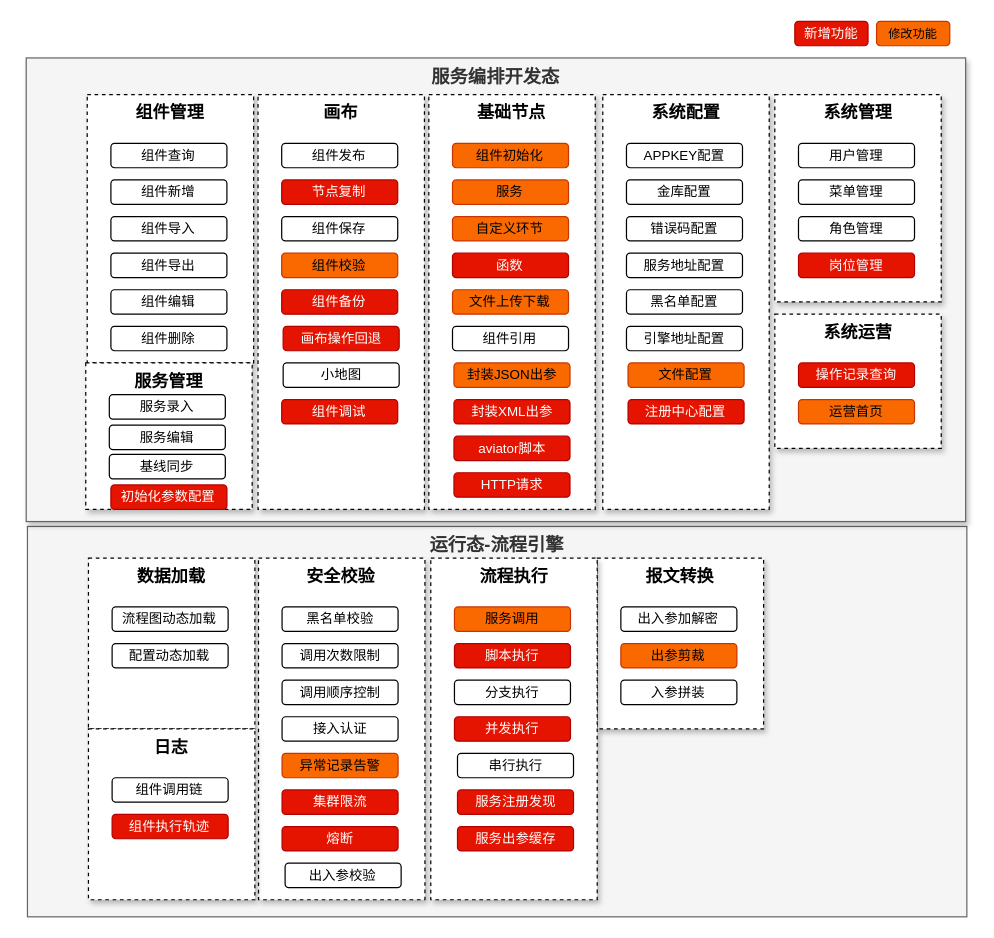
Above: 服务编排V2.drawio in qymmdj/draw-io (draw.io), before the change. Source tidied: cells renumbered, new cells numbered last; positions are measured from the earlier drawing's top-left corner, leaving out a move shared by most shapes. Both pictures are drawn from the tidied source at 122%, with x=0, y=0 at pixel (26, 21).
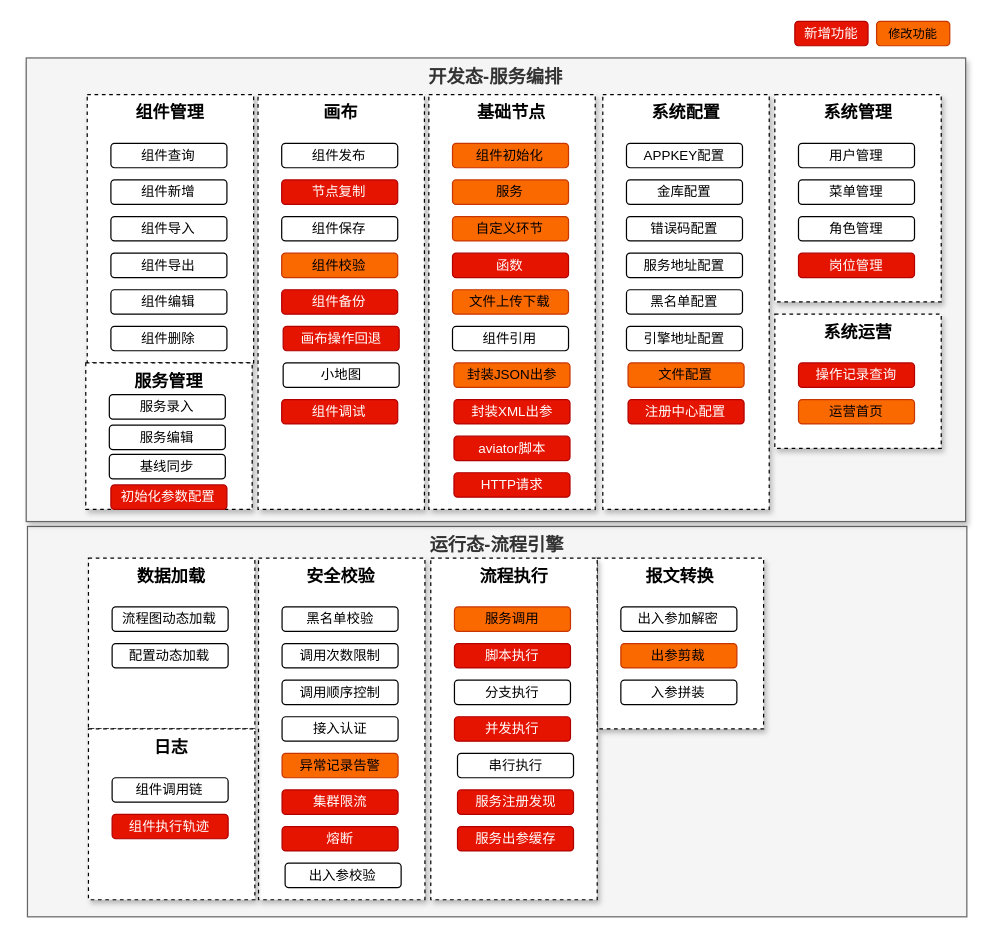
The same diagram, later.

Commit message (it also covers changes not shown here):
更新服务编排V2.drawio

The edit, as a diff of the source:
```diff
@@
-    <mxCell id="3" value="服务编排开发态" style="rounded=0;whiteSpace=wrap;html=1;fontSize=15;verticalAlign=top;fontStyle=1;fillColor=#f5f5f5;fontColor=#333333;strokeColor=#666666;shadow=1;" parent="1" vertex="1">
+    <mxCell id="3" value="开发态-服务编排" style="rounded=0;whiteSpace=wrap;html=1;fontSize=15;verticalAlign=top;fontStyle=1;fillColor=#f5f5f5;fontColor=#333333;strokeColor=#666666;shadow=1;" parent="1" vertex="1">
       <mxGeometry y="30" width="770" height="380" as="geometry" />
     </mxCell>
```
